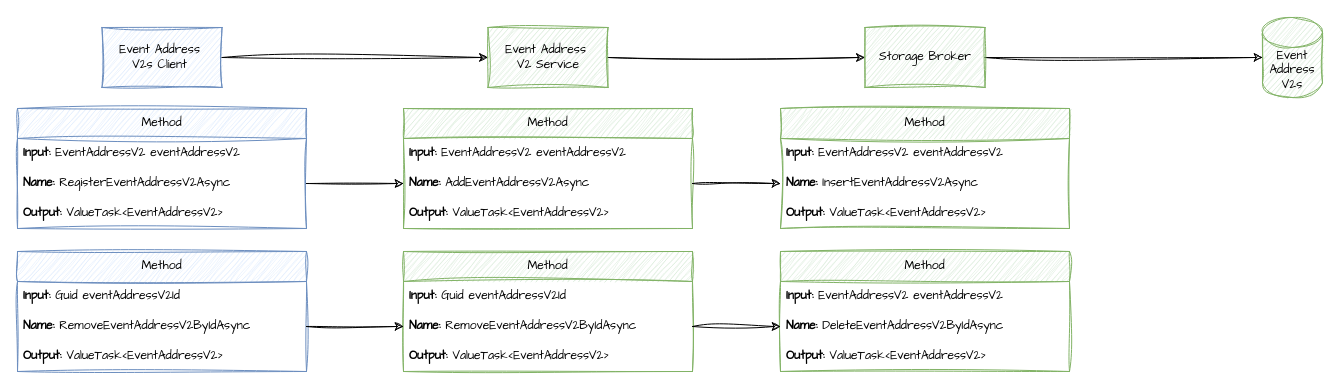
Above: page "REGISTER AND REMOVE EVENT ADDRESS V2" (3 of 5) of EventHighway.Designs/EVENTS.drawio in hassanhabib/EventHighway (draw.io), before the change. Source tidied: cells renumbered, new cells numbered last; positions are measured from the earlier drawing's top-left corner, leaving out a move shared by most shapes. Both pictures are drawn from the tidied source at 100%, with x=0, y=0 at pixel (17, 17).
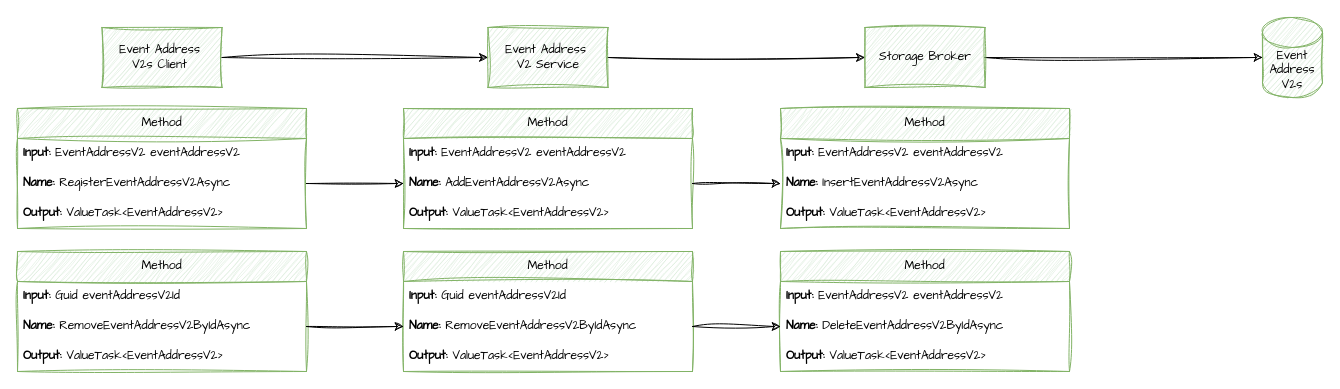
The same page after the edit.

Commit message:
STATUS: Register & Remove Event Address V2 As Of 20-03-25

Change to the diagram source:
```diff
@@
-    <mxCell id="3" value="Event Address&amp;nbsp;&lt;div&gt;V2s&amp;nbsp;&lt;span style=&quot;background-color: transparent; color: light-dark(rgb(0, 0, 0), rgb(255, 255, 255));&quot;&gt;Client&amp;nbsp;&lt;/span&gt;&lt;/div&gt;" style="rounded=0;whiteSpace=wrap;html=1;sketch=1;hachureGap=4;jiggle=2;curveFitting=1;fontFamily=Architects Daughter;fillColor=#dae8fc;strokeColor=#6c8ebf;" parent="1" vertex="1">
+    <mxCell id="3" value="Event Address&amp;nbsp;&lt;div&gt;V2s&amp;nbsp;&lt;span style=&quot;background-color: transparent; color: light-dark(rgb(0, 0, 0), rgb(255, 255, 255));&quot;&gt;Client&amp;nbsp;&lt;/span&gt;&lt;/div&gt;" style="rounded=0;whiteSpace=wrap;html=1;sketch=1;hachureGap=4;jiggle=2;curveFitting=1;fontFamily=Architects Daughter;fillColor=#d5e8d4;strokeColor=#82b366;" parent="1" vertex="1">
       <mxGeometry x="84.5" y="10" width="120" height="60" as="geometry" />
     </mxCell>
-    <mxCell id="4" value="Method" style="swimlane;fontStyle=0;horizontal=1;startSize=30;whiteSpace=wrap;html=1;sketch=1;hachureGap=4;jiggle=2;curveFitting=1;fontFamily=Architects Daughter;fillColor=#dae8fc;strokeColor=#6c8ebf;" parent="1" vertex="1">
+    <mxCell id="4" value="Method" style="swimlane;fontStyle=0;horizontal=1;startSize=30;whiteSpace=wrap;html=1;sketch=1;hachureGap=4;jiggle=2;curveFitting=1;fontFamily=Architects Daughter;fillColor=#d5e8d4;strokeColor=#82b366;" parent="1" vertex="1">
       <mxGeometry y="91" width="289" height="120" as="geometry" />
     </mxCell>
@@
-    <mxCell id="8" value="Method" style="swimlane;fontStyle=0;horizontal=1;startSize=30;whiteSpace=wrap;html=1;sketch=1;hachureGap=4;jiggle=2;curveFitting=1;fontFamily=Architects Daughter;fillColor=#dae8fc;strokeColor=#6c8ebf;" parent="1" vertex="1">
+    <mxCell id="8" value="Method" style="swimlane;fontStyle=0;horizontal=1;startSize=30;whiteSpace=wrap;html=1;sketch=1;hachureGap=4;jiggle=2;curveFitting=1;fontFamily=Architects Daughter;fillColor=#d5e8d4;strokeColor=#82b366;" parent="1" vertex="1">
       <mxGeometry y="234" width="289" height="120" as="geometry" />
     </mxCell>
```
